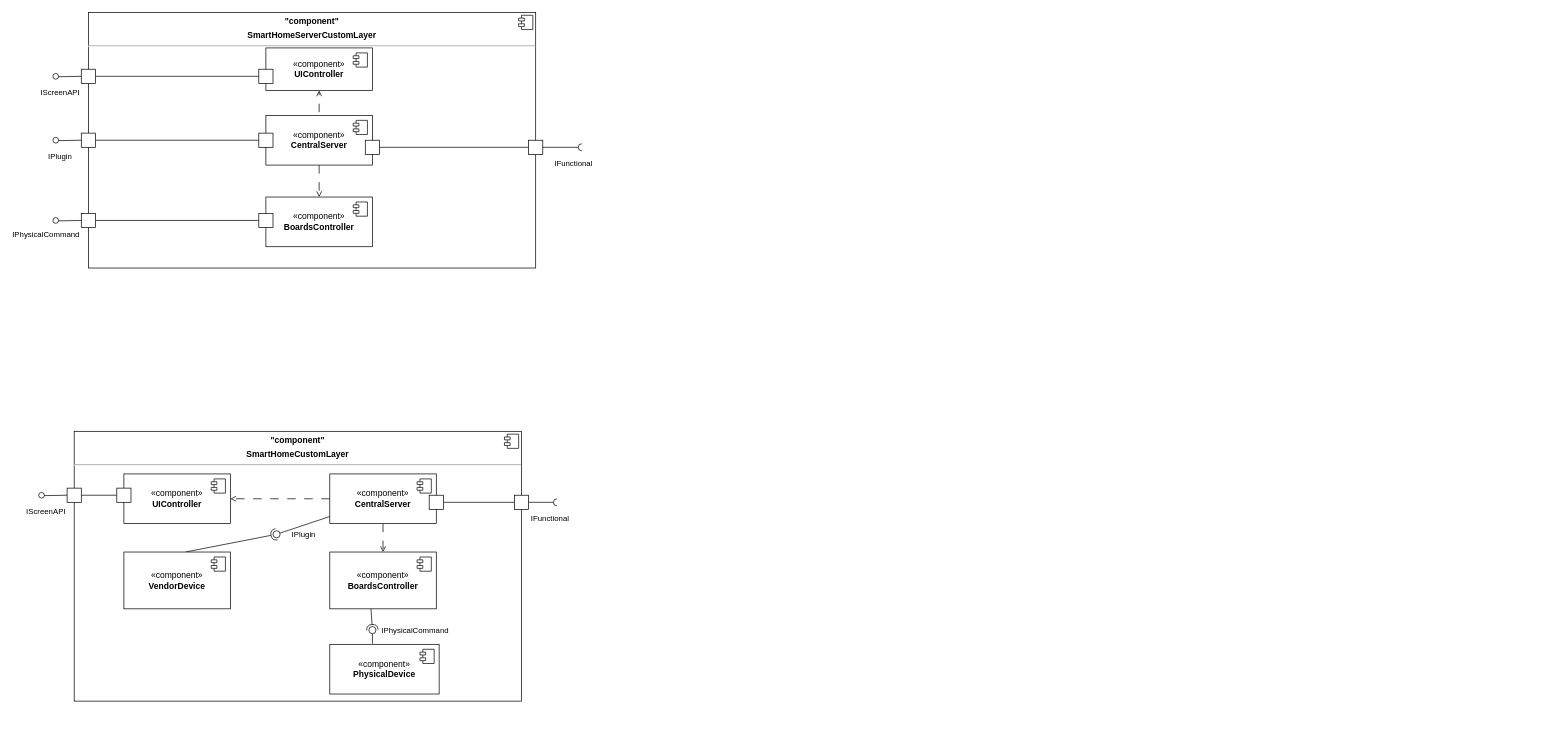
The draw.io diagram LAB3/components.drawio in tireks/OOAP, before the edit. Source tidied: cells renumbered, new cells numbered last; positions are measured from the earlier drawing's top-left corner, leaving out a move shared by most shapes. Both pictures are drawn from the tidied source at 71%, with x=0, y=0 at pixel (38, 12).
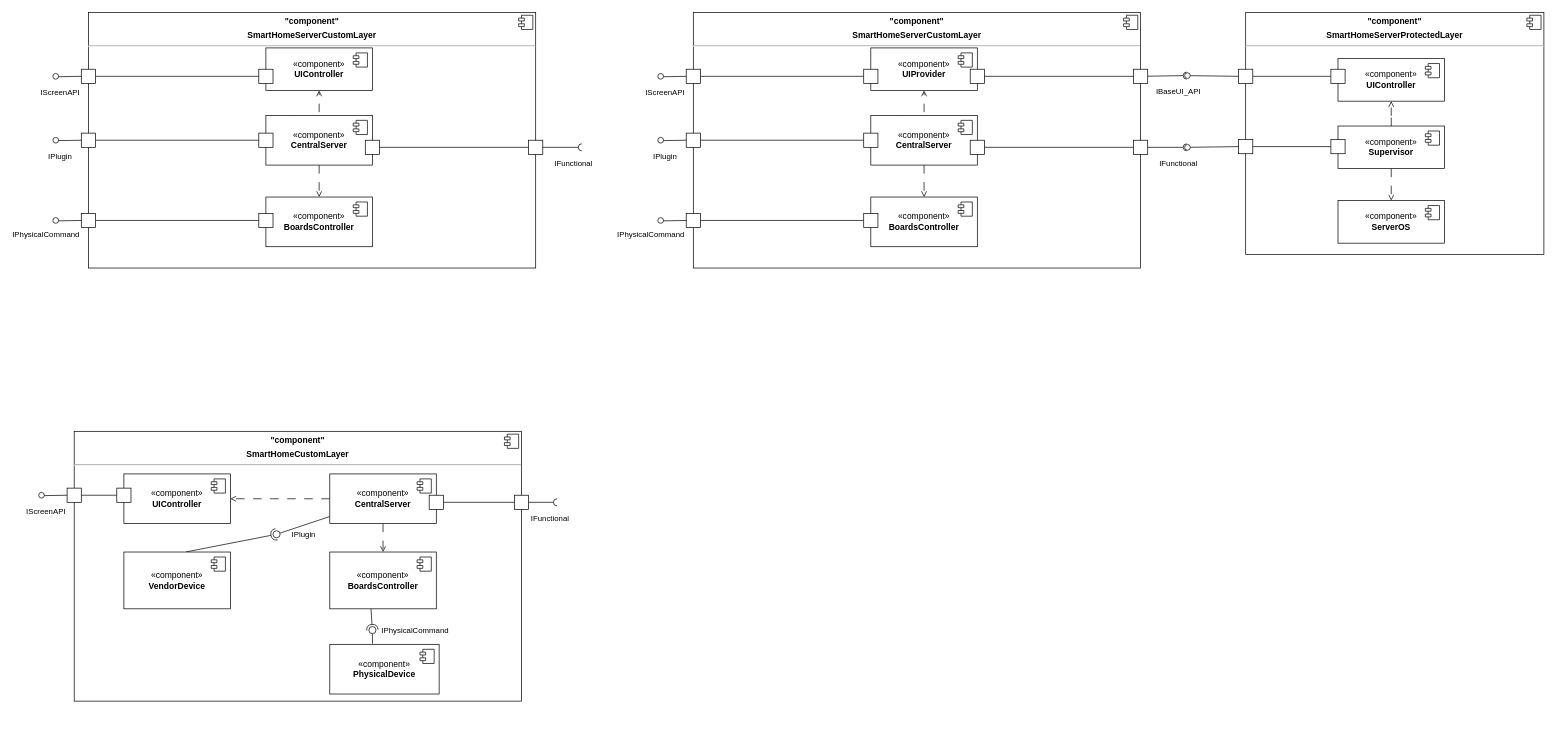
The same page after the edit.

Diff of the diagram source:
```diff
@@
+    <mxCell id="66" value="&lt;p style=&quot;margin:0px;margin-top:6px;text-align:center;&quot;&gt;&lt;b&gt;&quot;component&quot;&lt;/b&gt;&lt;/p&gt;&lt;p style=&quot;margin:0px;margin-top:6px;text-align:center;&quot;&gt;&lt;b&gt;SmartHomeServerCustom&lt;/b&gt;&lt;b style=&quot;background-color: initial;&quot;&gt;Layer&lt;/b&gt;&lt;/p&gt;&lt;hr&gt;&lt;p style=&quot;margin:0px;margin-left:8px;&quot;&gt;&lt;br&gt;&lt;/p&gt;" style="align=left;overflow=fill;html=1;whiteSpace=wrap;" parent="1" vertex="1">
+      <mxGeometry x="922" width="630" height="360" as="geometry" />
+    </mxCell>
+    <mxCell id="67" style="shape=component;jettyWidth=8;jettyHeight=4;" parent="66" vertex="1">
+      <mxGeometry x="1" width="20" height="20" relative="1" as="geometry">
+        <mxPoint x="-24" y="4" as="offset" />
+      </mxGeometry>
+    </mxCell>
+    <mxCell id="68" style="ellipse;whiteSpace=wrap;html=1;align=center;fillColor=none;strokeColor=none;perimeter=centerPerimeter;" parent="1" vertex="1">
+      <mxGeometry x="872" y="90" width="10" height="10" as="geometry" />
+    </mxCell>
+    <mxCell id="69" style="edgeStyle=orthogonalEdgeStyle;rounded=0;jettySize=auto;html=1;entryX=0;entryY=0.5;entryDx=0;entryDy=0;endArrow=none;endFill=0;exitX=1;exitY=0.5;exitDx=0;exitDy=0;" parent="1" edge="1" source="84" target="72">
+      <mxGeometry relative="1" as="geometry" />
+    </mxCell>
+    <mxCell id="70" value="«component»&lt;br&gt;&lt;b&gt;UIProvider&lt;/b&gt;" style="html=1;whiteSpace=wrap;" parent="1" vertex="1">
+      <mxGeometry x="1172" y="50" width="150" height="60" as="geometry" />
+    </mxCell>
+    <mxCell id="71" style="shape=module;jettyWidth=8;jettyHeight=4;" parent="70" vertex="1">
+      <mxGeometry x="1" width="20" height="20" relative="1" as="geometry">
+        <mxPoint x="-27" y="7" as="offset" />
+      </mxGeometry>
+    </mxCell>
+    <mxCell id="72" style="fontStyle=0;labelPosition=right;verticalLabelPosition=middle;align=left;verticalAlign=middle;spacingLeft=2;imageHeight=20;imageWidth=20;imageAspect=0;" parent="1" vertex="1">
+      <mxGeometry x="1162" y="80" width="20" height="20" as="geometry" />
+    </mxCell>
+    <mxCell id="73" style="edgeStyle=orthogonalEdgeStyle;rounded=0;jettySize=auto;html=1;endArrow=open;endFill=0;dashed=1;dashPattern=12 12;exitX=0.25;exitY=0;exitDx=0;exitDy=0;" parent="1" edge="1" source="75" target="70">
+      <mxGeometry relative="1" as="geometry">
+        <Array as="points">
+          <mxPoint x="1209" y="160" />
+          <mxPoint x="1247" y="160" />
+        </Array>
+      </mxGeometry>
+    </mxCell>
+    <mxCell id="74" style="edgeStyle=orthogonalEdgeStyle;rounded=0;jettySize=auto;html=1;endArrow=open;endFill=0;dashed=1;dashPattern=12 12;" parent="1" edge="1" source="75" target="85">
+      <mxGeometry relative="1" as="geometry" />
+    </mxCell>
+    <mxCell id="75" value="«component»&lt;br&gt;&lt;b&gt;CentralServer&lt;/b&gt;" style="html=1;whiteSpace=wrap;" parent="1" vertex="1">
+      <mxGeometry x="1172" y="145" width="150" height="70" as="geometry" />
+    </mxCell>
+    <mxCell id="76" style="shape=module;jettyWidth=8;jettyHeight=4;" parent="75" vertex="1">
+      <mxGeometry x="1" width="20" height="20" relative="1" as="geometry">
+        <mxPoint x="-27" y="7" as="offset" />
+      </mxGeometry>
+    </mxCell>
+    <mxCell id="77" style="edgeStyle=orthogonalEdgeStyle;rounded=0;jettySize=auto;html=1;entryX=0;entryY=0.5;entryDx=0;entryDy=0;endArrow=none;endFill=0;" parent="1" edge="1" source="78" target="79">
+      <mxGeometry relative="1" as="geometry" />
+    </mxCell>
+    <mxCell id="78" style="fontStyle=0;labelPosition=right;verticalLabelPosition=middle;align=left;verticalAlign=middle;spacingLeft=2;imageHeight=20;imageWidth=20;imageAspect=0;" parent="1" vertex="1">
+      <mxGeometry x="1312" y="180" width="20" height="20" as="geometry" />
+    </mxCell>
+    <mxCell id="79" style="html=1;rounded=0;" parent="1" vertex="1">
+      <mxGeometry x="1542" y="180" width="20" height="20" as="geometry" />
+    </mxCell>
+    <mxCell id="80" value="IFunctional" style="endArrow=none;html=1;rounded=0;align=center;verticalAlign=top;endFill=0;labelBackgroundColor=none;endSize=2;" parent="1" edge="1" source="79" target="81">
+      <mxGeometry x="0.71" y="-10" relative="1" as="geometry" />
+    </mxCell>
+    <mxCell id="81" style="shape=requiredInterface;html=1;fontSize=11;align=center;fillColor=none;points=[];verticalAlign=bottom;labelPosition=center;verticalLabelPosition=top;flipH=1;" parent="1" vertex="1">
+      <mxGeometry x="1612" y="185" width="5" height="10" as="geometry" />
+    </mxCell>
+    <mxCell id="82" value="IScreenAPI" style="endArrow=none;html=1;rounded=0;align=center;verticalAlign=top;endFill=0;labelBackgroundColor=none;endSize=2;entryX=0.032;entryY=0.572;entryDx=0;entryDy=0;entryPerimeter=0;exitX=0;exitY=0.5;exitDx=0;exitDy=0;" parent="1" edge="1" source="84" target="83">
+      <mxGeometry x="0.87" y="9" relative="1" as="geometry" />
+    </mxCell>
+    <mxCell id="83" style="ellipse;html=1;fontSize=11;align=center;fillColor=none;points=[];verticalAlign=bottom;labelPosition=center;verticalLabelPosition=top;flipH=1;" parent="1" vertex="1">
+      <mxGeometry x="872" y="86" width="8" height="8" as="geometry" />
+    </mxCell>
+    <mxCell id="84" style="fontStyle=0;labelPosition=right;verticalLabelPosition=middle;align=left;verticalAlign=middle;spacingLeft=2;imageHeight=20;imageWidth=20;imageAspect=0;" parent="1" vertex="1">
+      <mxGeometry x="912" y="80" width="20" height="20" as="geometry" />
+    </mxCell>
+    <mxCell id="85" value="«component»&lt;br&gt;&lt;b&gt;BoardsController&lt;/b&gt;" style="html=1;whiteSpace=wrap;" parent="1" vertex="1">
+      <mxGeometry x="1172" y="260" width="150" height="70" as="geometry" />
+    </mxCell>
+    <mxCell id="86" style="shape=module;jettyWidth=8;jettyHeight=4;" parent="85" vertex="1">
+      <mxGeometry x="1" width="20" height="20" relative="1" as="geometry">
+        <mxPoint x="-27" y="7" as="offset" />
+      </mxGeometry>
+    </mxCell>
+    <mxCell id="87" style="edgeStyle=orthogonalEdgeStyle;rounded=0;jettySize=auto;html=1;endArrow=none;endFill=0;" parent="1" edge="1" source="88" target="89">
+      <mxGeometry relative="1" as="geometry" />
+    </mxCell>
+    <mxCell id="88" style="fontStyle=0;labelPosition=right;verticalLabelPosition=middle;align=left;verticalAlign=middle;spacingLeft=2;imageHeight=20;imageWidth=20;imageAspect=0;" parent="1" vertex="1">
+      <mxGeometry x="1162" y="170" width="20" height="20" as="geometry" />
+    </mxCell>
+    <mxCell id="89" style="fontStyle=0;labelPosition=right;verticalLabelPosition=middle;align=left;verticalAlign=middle;spacingLeft=2;imageHeight=20;imageWidth=20;imageAspect=0;" parent="1" vertex="1">
+      <mxGeometry x="912" y="170" width="20" height="20" as="geometry" />
+    </mxCell>
+    <mxCell id="90" style="ellipse;whiteSpace=wrap;html=1;align=center;fillColor=none;strokeColor=none;perimeter=centerPerimeter;" parent="1" vertex="1">
+      <mxGeometry x="860" y="184" width="10" height="10" as="geometry" />
+    </mxCell>
+    <mxCell id="91" value="IPlugin" style="endArrow=none;html=1;rounded=0;align=center;verticalAlign=top;endFill=0;labelBackgroundColor=none;endSize=2;entryX=0.032;entryY=0.572;entryDx=0;entryDy=0;entryPerimeter=0;exitX=0;exitY=0.5;exitDx=0;exitDy=0;" parent="1" edge="1" source="89" target="92">
+      <mxGeometry x="0.87" y="9" relative="1" as="geometry" />
+    </mxCell>
+    <mxCell id="92" style="ellipse;html=1;fontSize=11;align=center;fillColor=none;points=[];verticalAlign=bottom;labelPosition=center;verticalLabelPosition=top;flipH=1;" parent="1" vertex="1">
+      <mxGeometry x="872" y="176" width="8" height="8" as="geometry" />
+    </mxCell>
+    <mxCell id="93" style="edgeStyle=orthogonalEdgeStyle;rounded=0;jettySize=auto;html=1;endArrow=none;endFill=0;" parent="1" edge="1" source="94" target="95">
+      <mxGeometry relative="1" as="geometry" />
+    </mxCell>
+    <mxCell id="94" style="fontStyle=0;labelPosition=right;verticalLabelPosition=middle;align=left;verticalAlign=middle;spacingLeft=2;imageHeight=20;imageWidth=20;imageAspect=0;" parent="1" vertex="1">
+      <mxGeometry x="1162" y="283" width="20" height="20" as="geometry" />
+    </mxCell>
+    <mxCell id="95" style="fontStyle=0;labelPosition=right;verticalLabelPosition=middle;align=left;verticalAlign=middle;spacingLeft=2;imageHeight=20;imageWidth=20;imageAspect=0;" parent="1" vertex="1">
+      <mxGeometry x="912" y="283" width="20" height="20" as="geometry" />
+    </mxCell>
+    <mxCell id="96" style="ellipse;whiteSpace=wrap;html=1;align=center;fillColor=none;strokeColor=none;perimeter=centerPerimeter;" parent="1" vertex="1">
+      <mxGeometry x="860" y="297" width="10" height="10" as="geometry" />
+    </mxCell>
+    <mxCell id="97" value="IPhysicalCommand" style="endArrow=none;html=1;rounded=0;align=center;verticalAlign=top;endFill=0;labelBackgroundColor=none;endSize=2;entryX=0.032;entryY=0.572;entryDx=0;entryDy=0;entryPerimeter=0;exitX=0;exitY=0.5;exitDx=0;exitDy=0;" parent="1" edge="1" source="95" target="98">
+      <mxGeometry x="1" y="19" relative="1" as="geometry">
+        <mxPoint x="-18" y="-13" as="offset" />
+      </mxGeometry>
+    </mxCell>
+    <mxCell id="98" style="ellipse;html=1;fontSize=11;align=center;fillColor=none;points=[];verticalAlign=bottom;labelPosition=center;verticalLabelPosition=top;flipH=1;" parent="1" vertex="1">
+      <mxGeometry x="872" y="289" width="8" height="8" as="geometry" />
+    </mxCell>
+    <mxCell id="99" value="&lt;p style=&quot;margin:0px;margin-top:6px;text-align:center;&quot;&gt;&lt;b&gt;&quot;component&quot;&lt;/b&gt;&lt;/p&gt;&lt;p style=&quot;margin:0px;margin-top:6px;text-align:center;&quot;&gt;&lt;b&gt;SmartHomeServerProtected&lt;/b&gt;&lt;b style=&quot;background-color: initial;&quot;&gt;Layer&lt;/b&gt;&lt;/p&gt;&lt;hr&gt;&lt;p style=&quot;margin:0px;margin-left:8px;&quot;&gt;&lt;br&gt;&lt;/p&gt;" style="align=left;overflow=fill;html=1;whiteSpace=wrap;" parent="1" vertex="1">
+      <mxGeometry x="1700" width="420" height="341" as="geometry" />
+    </mxCell>
+    <mxCell id="100" style="shape=component;jettyWidth=8;jettyHeight=4;" parent="99" vertex="1">
+      <mxGeometry x="1" width="20" height="20" relative="1" as="geometry">
+        <mxPoint x="-24" y="4" as="offset" />
+      </mxGeometry>
+    </mxCell>
+    <mxCell id="101" style="endArrow=none;html=1;rounded=0;align=center;verticalAlign=top;endFill=0;labelBackgroundColor=none;endSize=2;exitX=0;exitY=0.5;exitDx=0;exitDy=0;" parent="1" edge="1" source="104" target="102">
+      <mxGeometry relative="1" as="geometry" />
+    </mxCell>
+    <mxCell id="102" style="ellipse;html=1;fontSize=11;align=center;fillColor=none;points=[];verticalAlign=bottom;labelPosition=center;verticalLabelPosition=top;flipH=1;" parent="1" vertex="1">
+      <mxGeometry x="1614" y="186" width="8" height="8" as="geometry" />
+    </mxCell>
+    <mxCell id="103" style="edgeStyle=orthogonalEdgeStyle;rounded=0;jettySize=auto;html=1;entryX=0;entryY=0.5;entryDx=0;entryDy=0;endArrow=none;endFill=0;" parent="1" edge="1" source="104" target="121">
+      <mxGeometry relative="1" as="geometry" />
+    </mxCell>
+    <mxCell id="104" style="html=1;rounded=0;" parent="1" vertex="1">
+      <mxGeometry x="1690" y="179" width="20" height="20" as="geometry" />
+    </mxCell>
+    <mxCell id="105" style="edgeStyle=orthogonalEdgeStyle;rounded=0;jettySize=auto;html=1;entryX=1;entryY=0.5;entryDx=0;entryDy=0;endArrow=none;endFill=0;" parent="1" edge="1" source="106" target="115">
+      <mxGeometry relative="1" as="geometry" />
+    </mxCell>
+    <mxCell id="106" style="html=1;rounded=0;" parent="1" vertex="1">
+      <mxGeometry x="1542" y="80" width="20" height="20" as="geometry" />
+    </mxCell>
+    <mxCell id="107" value="IBaseUI_API" style="endArrow=none;html=1;rounded=0;align=center;verticalAlign=top;endFill=0;labelBackgroundColor=none;endSize=2;" parent="1" edge="1" source="106" target="108">
+      <mxGeometry x="0.71" y="-10" relative="1" as="geometry" />
+    </mxCell>
+    <mxCell id="108" style="shape=requiredInterface;html=1;fontSize=11;align=center;fillColor=none;points=[];verticalAlign=bottom;labelPosition=center;verticalLabelPosition=top;flipH=1;" parent="1" vertex="1">
+      <mxGeometry x="1612" y="84" width="5" height="10" as="geometry" />
+    </mxCell>
+    <mxCell id="109" value="«component»&lt;br&gt;&lt;b&gt;UIController&lt;/b&gt;" style="html=1;whiteSpace=wrap;" parent="1" vertex="1">
+      <mxGeometry x="1830" y="65" width="150" height="60" as="geometry" />
+    </mxCell>
+    <mxCell id="110" style="shape=module;jettyWidth=8;jettyHeight=4;" parent="109" vertex="1">
+      <mxGeometry x="1" width="20" height="20" relative="1" as="geometry">
+        <mxPoint x="-27" y="7" as="offset" />
+      </mxGeometry>
+    </mxCell>
+    <mxCell id="111" style="endArrow=none;html=1;rounded=0;align=center;verticalAlign=top;endFill=0;labelBackgroundColor=none;endSize=2;exitX=0;exitY=0.5;exitDx=0;exitDy=0;" parent="1" edge="1" source="114" target="112">
+      <mxGeometry relative="1" as="geometry" />
+    </mxCell>
+    <mxCell id="112" style="ellipse;html=1;fontSize=11;align=center;fillColor=none;points=[];verticalAlign=bottom;labelPosition=center;verticalLabelPosition=top;flipH=1;" parent="1" vertex="1">
+      <mxGeometry x="1614" y="85" width="8" height="8" as="geometry" />
+    </mxCell>
+    <mxCell id="113" style="edgeStyle=orthogonalEdgeStyle;rounded=0;jettySize=auto;html=1;entryX=0;entryY=0.5;entryDx=0;entryDy=0;endArrow=none;endFill=0;" parent="1" edge="1" source="114" target="116">
+      <mxGeometry relative="1" as="geometry" />
+    </mxCell>
+    <mxCell id="114" style="html=1;rounded=0;" parent="1" vertex="1">
+      <mxGeometry x="1690" y="80" width="20" height="20" as="geometry" />
+    </mxCell>
+    <mxCell id="115" style="html=1;rounded=0;" parent="1" vertex="1">
+      <mxGeometry x="1312" y="80" width="20" height="20" as="geometry" />
+    </mxCell>
+    <mxCell id="116" style="html=1;rounded=0;" parent="1" vertex="1">
+      <mxGeometry x="1820" y="80" width="20" height="20" as="geometry" />
+    </mxCell>
+    <mxCell id="117" style="edgeStyle=orthogonalEdgeStyle;rounded=0;jettySize=auto;html=1;endArrow=open;endFill=0;dashed=1;dashPattern=12 12;" parent="1" edge="1" source="119" target="109">
+      <mxGeometry relative="1" as="geometry" />
+    </mxCell>
+    <mxCell id="118" style="edgeStyle=orthogonalEdgeStyle;rounded=0;jettySize=auto;html=1;endArrow=open;endFill=0;dashed=1;dashPattern=12 12;" parent="1" edge="1" source="119" target="122">
+      <mxGeometry relative="1" as="geometry" />
+    </mxCell>
+    <mxCell id="119" value="«component»&lt;br&gt;&lt;b&gt;Supervisor&lt;/b&gt;" style="html=1;whiteSpace=wrap;" parent="1" vertex="1">
+      <mxGeometry x="1830" y="160" width="150" height="60" as="geometry" />
+    </mxCell>
+    <mxCell id="120" style="shape=module;jettyWidth=8;jettyHeight=4;" parent="119" vertex="1">
+      <mxGeometry x="1" width="20" height="20" relative="1" as="geometry">
+        <mxPoint x="-27" y="7" as="offset" />
+      </mxGeometry>
+    </mxCell>
+    <mxCell id="121" style="html=1;rounded=0;" parent="1" vertex="1">
+      <mxGeometry x="1820" y="179" width="20" height="20" as="geometry" />
+    </mxCell>
+    <mxCell id="122" value="«component»&lt;br&gt;&lt;b&gt;ServerOS&lt;/b&gt;" style="html=1;whiteSpace=wrap;" parent="1" vertex="1">
+      <mxGeometry x="1830" y="265" width="150" height="60" as="geometry" />
+    </mxCell>
+    <mxCell id="123" style="shape=module;jettyWidth=8;jettyHeight=4;" parent="122" vertex="1">
+      <mxGeometry x="1" width="20" height="20" relative="1" as="geometry">
+        <mxPoint x="-27" y="7" as="offset" />
+      </mxGeometry>
+    </mxCell>
```
